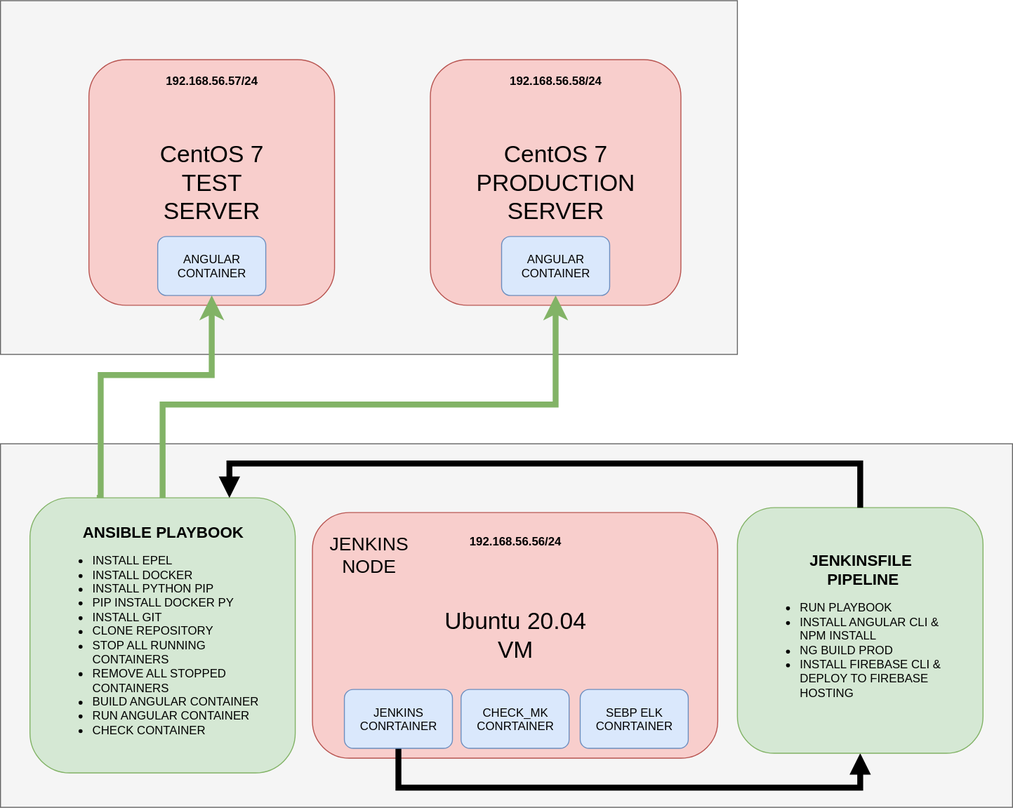
Above: Scheme/Diagram.svg in El-Mohamed/DevOps-MMCRYPTO.ORG (draw.io), before the change. Source tidied: cells renumbered, new cells last; positions are measured from the earlier drawing's top-left corner, leaving out a move shared by most shapes.
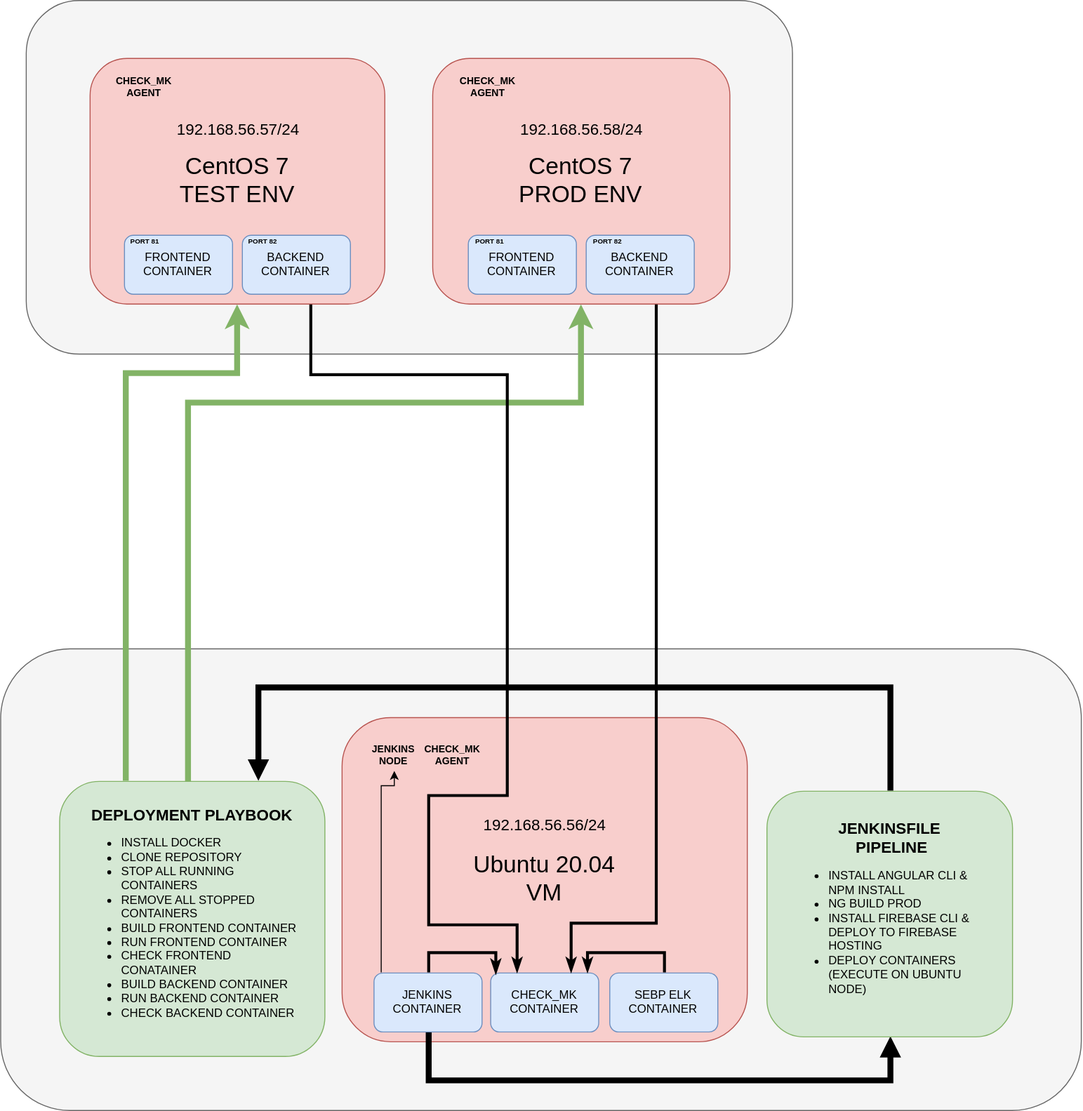
Above is the later version.

Commit message:
Update Diagram & Add Source File

What changed in the source:
```diff
@@ -2,85 +2,160 @@
   <root>
     <mxCell id="0" />
     <mxCell id="1" parent="0" />
-    <mxCell id="2" style="rounded=0;whiteSpace=wrap;html=1;fillColor=#f5f5f5;strokeColor=#666666;fontColor=#333333;" parent="1" vertex="1">
-      <mxGeometry width="750" height="360" as="geometry" />
+    <mxCell id="2" style="rounded=1;whiteSpace=wrap;html=1;fillColor=#f5f5f5;strokeColor=#666666;fontColor=#333333;" parent="1" vertex="1">
+      <mxGeometry y="1" width="780" height="360" as="geometry" />
     </mxCell>
-    <mxCell id="3" style="rounded=0;whiteSpace=wrap;html=1;fillColor=#f5f5f5;strokeColor=#666666;fontColor=#333333;" parent="1" vertex="1">
-      <mxGeometry y="451" width="1030" height="370" as="geometry" />
+    <mxCell id="3" style="rounded=1;whiteSpace=wrap;html=1;fillColor=#f5f5f5;strokeColor=#666666;fontColor=#333333;" parent="1" vertex="1">
+      <mxGeometry x="-26" y="661" width="1100" height="470" as="geometry" />
     </mxCell>
-    <mxCell id="4" value="&lt;font style=&quot;font-size: 24px&quot;&gt;CentOS 7&lt;br&gt;TEST&lt;br&gt;SERVER&lt;/font&gt;" style="rounded=1;whiteSpace=wrap;html=1;fillColor=#f8cecc;strokeColor=#b85450;" parent="1" vertex="1">
-      <mxGeometry x="90" y="60" width="250" height="250" as="geometry" />
+    <mxCell id="4" value="&lt;font style=&quot;font-size: 24px&quot;&gt;CentOS 7&lt;br&gt;TEST ENV&lt;br&gt;&lt;/font&gt;" style="rounded=1;whiteSpace=wrap;html=1;fillColor=#f8cecc;strokeColor=#b85450;" parent="1" vertex="1">
+      <mxGeometry x="65" y="60" width="300" height="250" as="geometry" />
     </mxCell>
-    <mxCell id="5" value="&lt;font style=&quot;font-size: 24px&quot;&gt;CentOS 7&lt;br&gt;PRODUCTION&lt;br&gt;SERVER&lt;/font&gt;" style="rounded=1;whiteSpace=wrap;html=1;fillColor=#f8cecc;strokeColor=#b85450;" parent="1" vertex="1">
-      <mxGeometry x="437.5" y="60" width="255" height="250" as="geometry" />
+    <mxCell id="5" value="&lt;font style=&quot;font-size: 24px&quot;&gt;CentOS 7&lt;br&gt;PROD ENV&lt;br&gt;&lt;/font&gt;" style="rounded=1;whiteSpace=wrap;html=1;fillColor=#f8cecc;strokeColor=#b85450;" parent="1" vertex="1">
+      <mxGeometry x="413.8" y="60" width="302.5" height="250" as="geometry" />
     </mxCell>
     <mxCell id="6" value="&lt;font style=&quot;font-size: 24px&quot;&gt;Ubuntu 20.04&lt;br&gt;VM&lt;br&gt;&lt;/font&gt;" style="rounded=1;whiteSpace=wrap;html=1;fillColor=#f8cecc;strokeColor=#b85450;" parent="1" vertex="1">
-      <mxGeometry x="317.5" y="521" width="412.5" height="250" as="geometry" />
+      <mxGeometry x="321.5" y="731" width="412.5" height="330" as="geometry" />
     </mxCell>
     <mxCell id="7" style="edgeStyle=orthogonalEdgeStyle;rounded=0;jettySize=auto;html=1;entryX=0.5;entryY=1;entryDx=0;entryDy=0;strokeWidth=6;endArrow=block;endFill=1;" parent="1" edge="1" source="8" target="16">
       <mxGeometry relative="1" as="geometry">
         <Array as="points">
-          <mxPoint x="405" y="801" />
-          <mxPoint x="875" y="801" />
+          <mxPoint x="409" y="1101" />
+          <mxPoint x="879" y="1101" />
         </Array>
       </mxGeometry>
     </mxCell>
+    <mxCell id="22" style="edgeStyle=orthogonalEdgeStyle;rounded=0;jettySize=auto;html=1;exitX=0.065;exitY=0.002;exitDx=0;exitDy=0;entryX=0.5;entryY=1;entryDx=0;entryDy=0;fontFamily=Helvetica;fontSize=10;fontColor=#000000;exitPerimeter=0;" parent="1" edge="1" source="8" target="18">
+      <mxGeometry relative="1" as="geometry">
+        <Array as="points">
+          <mxPoint x="361" y="801" />
+          <mxPoint x="374" y="801" />
+        </Array>
+      </mxGeometry>
+    </mxCell>
-    <mxCell id="8" value="JENKINS&lt;br&gt;CONRTAINER" style="rounded=1;whiteSpace=wrap;html=1;fillColor=#dae8fc;strokeColor=#6c8ebf;" parent="1" vertex="1">
-      <mxGeometry x="350" y="701" width="110" height="60" as="geometry" />
+    <mxCell id="8" value="JENKINS&lt;br&gt;CONTAINER" style="rounded=1;whiteSpace=wrap;html=1;fillColor=#dae8fc;strokeColor=#6c8ebf;" parent="1" vertex="1">
+      <mxGeometry x="354" y="991" width="110" height="60" as="geometry" />
     </mxCell>
-    <mxCell id="9" value="CHECK_MK&lt;br&gt;CONRTAINER" style="rounded=1;whiteSpace=wrap;html=1;fillColor=#dae8fc;strokeColor=#6c8ebf;" parent="1" vertex="1">
-      <mxGeometry x="468.8" y="701" width="110" height="60" as="geometry" />
+    <mxCell id="9" value="CHECK_MK&lt;br&gt;CONTAINER" style="rounded=1;whiteSpace=wrap;html=1;fillColor=#dae8fc;strokeColor=#6c8ebf;" parent="1" vertex="1">
+      <mxGeometry x="472.8" y="991" width="110" height="60" as="geometry" />
     </mxCell>
-    <mxCell id="10" value="SEBP ELK&lt;br&gt;CONRTAINER" style="rounded=1;whiteSpace=wrap;html=1;fillColor=#dae8fc;strokeColor=#6c8ebf;" parent="1" vertex="1">
-      <mxGeometry x="590" y="701" width="110" height="60" as="geometry" />
+    <mxCell id="10" value="SEBP ELK&lt;br&gt;CONTAINER" style="rounded=1;whiteSpace=wrap;html=1;fillColor=#dae8fc;strokeColor=#6c8ebf;" parent="1" vertex="1">
+      <mxGeometry x="594" y="991" width="110" height="60" as="geometry" />
     </mxCell>
-    <mxCell id="11" value="ANGULAR&lt;br&gt;CONTAINER" style="rounded=1;whiteSpace=wrap;html=1;fillColor=#dae8fc;strokeColor=#6c8ebf;" parent="1" vertex="1">
-      <mxGeometry x="510" y="240" width="110" height="60" as="geometry" />
+    <mxCell id="11" value="FRONTEND&lt;br&gt;CONTAINER" style="rounded=1;whiteSpace=wrap;html=1;fillColor=#dae8fc;strokeColor=#6c8ebf;" parent="1" vertex="1">
+      <mxGeometry x="450" y="240" width="110" height="60" as="geometry" />
     </mxCell>
-    <mxCell id="12" style="edgeStyle=orthogonalEdgeStyle;rounded=0;jettySize=auto;html=1;entryX=0.5;entryY=1;entryDx=0;entryDy=0;strokeWidth=6;fillColor=#d5e8d4;strokeColor=#82b366;" parent="1" edge="1" source="14" target="11">
+    <mxCell id="12" style="edgeStyle=orthogonalEdgeStyle;rounded=0;jettySize=auto;html=1;strokeWidth=6;fillColor=#d5e8d4;strokeColor=#82b366;" parent="1" edge="1" source="14">
       <mxGeometry relative="1" as="geometry">
+        <mxPoint x="565" y="311" as="targetPoint" />
         <Array as="points">
           <mxPoint x="165" y="411" />
           <mxPoint x="565" y="411" />
         </Array>
       </mxGeometry>
     </mxCell>
-    <mxCell id="13" style="edgeStyle=orthogonalEdgeStyle;rounded=0;jettySize=auto;html=1;exitX=0.25;exitY=0;exitDx=0;exitDy=0;strokeWidth=6;fillColor=#d5e8d4;strokeColor=#82b366;entryX=0.5;entryY=1;entryDx=0;entryDy=0;" parent="1" edge="1" source="14" target="15">
+    <mxCell id="13" style="edgeStyle=orthogonalEdgeStyle;rounded=0;jettySize=auto;html=1;exitX=0.25;exitY=0;exitDx=0;exitDy=0;strokeWidth=6;fillColor=#d5e8d4;strokeColor=#82b366;" parent="1" edge="1" source="14">
       <mxGeometry relative="1" as="geometry">
+        <mxPoint x="215" y="311" as="targetPoint" />
         <Array as="points">
+          <mxPoint x="102" y="576" />
           <mxPoint x="102" y="381" />
           <mxPoint x="215" y="381" />
         </Array>
       </mxGeometry>
     </mxCell>
-    <mxCell id="14" value="&lt;div style=&quot;text-align: center&quot;&gt;&lt;span&gt;&lt;font style=&quot;font-size: 16px&quot;&gt;&lt;b&gt;ANSIBLE PLAYBOOK&lt;/b&gt;&lt;/font&gt;&lt;/span&gt;&lt;/div&gt;&lt;ul&gt;&lt;li&gt;INSTALL EPEL&lt;/li&gt;&lt;li&gt;INSTALL DOCKER&lt;/li&gt;&lt;li&gt;INSTALL PYTHON PIP&lt;/li&gt;&lt;li&gt;PIP INSTALL DOCKER PY&lt;/li&gt;&lt;li&gt;INSTALL GIT&lt;/li&gt;&lt;li&gt;CLONE REPOSITORY&lt;/li&gt;&lt;li&gt;STOP ALL RUNNING CONTAINERS&lt;/li&gt;&lt;li&gt;REMOVE ALL STOPPED CONTAINERS&lt;/li&gt;&lt;li&gt;BUILD ANGULAR CONTAINER&lt;/li&gt;&lt;li&gt;RUN ANGULAR CONTAINER&lt;/li&gt;&lt;li&gt;CHECK CONTAINER&lt;/li&gt;&lt;/ul&gt;" style="text;html=1;strokeColor=#82b366;fillColor=#d5e8d4;align=left;verticalAlign=middle;whiteSpace=wrap;rounded=1;spacing=3;spacingTop=20;spacingBottom=20;spacingLeft=20;spacingRight=20;" parent="1" vertex="1">
-      <mxGeometry x="30" y="506" width="270" height="280" as="geometry" />
+    <mxCell id="14" value="&lt;div style=&quot;text-align: center&quot;&gt;&lt;span&gt;&lt;font style=&quot;font-size: 16px&quot;&gt;&lt;b&gt;DEPLOYMENT PLAYBOOK&lt;/b&gt;&lt;/font&gt;&lt;/span&gt;&lt;/div&gt;&lt;ul&gt;&lt;li&gt;INSTALL DOCKER&lt;/li&gt;&lt;li&gt;CLONE REPOSITORY&lt;/li&gt;&lt;li&gt;STOP ALL RUNNING CONTAINERS&lt;/li&gt;&lt;li&gt;REMOVE ALL STOPPED CONTAINERS&lt;/li&gt;&lt;li&gt;BUILD FRONTEND&amp;nbsp;CONTAINER&lt;/li&gt;&lt;li&gt;RUN FRONTEND CONTAINER&lt;/li&gt;&lt;li&gt;CHECK FRONTEND CONATAINER&lt;/li&gt;&lt;li&gt;BUILD BACKEND CONTAINER&lt;/li&gt;&lt;li&gt;RUN BACKEND CONTAINER&lt;/li&gt;&lt;li&gt;CHECK BACKEND CONTAINER&lt;/li&gt;&lt;/ul&gt;" style="text;html=1;strokeColor=#82b366;fillColor=#d5e8d4;align=left;verticalAlign=middle;whiteSpace=wrap;rounded=1;spacing=3;spacingTop=20;spacingBottom=20;spacingLeft=20;spacingRight=20;" parent="1" vertex="1">
+      <mxGeometry x="34" y="796" width="270" height="280" as="geometry" />
     </mxCell>
-    <mxCell id="15" value="ANGULAR&lt;br&gt;CONTAINER" style="rounded=1;whiteSpace=wrap;html=1;fillColor=#dae8fc;strokeColor=#6c8ebf;" parent="1" vertex="1">
-      <mxGeometry x="160" y="240" width="110" height="60" as="geometry" />
+    <mxCell id="15" value="FRONTEND&lt;br&gt;CONTAINER" style="rounded=1;whiteSpace=wrap;html=1;fillColor=#dae8fc;strokeColor=#6c8ebf;" parent="1" vertex="1">
+      <mxGeometry x="100" y="240" width="110" height="60" as="geometry" />
     </mxCell>
-    <mxCell id="16" value="&lt;div style=&quot;text-align: center&quot;&gt;&lt;span style=&quot;font-size: 16px&quot;&gt;&lt;b&gt;JENKINSFILE&lt;/b&gt;&lt;/span&gt;&lt;/div&gt;&lt;div style=&quot;text-align: center&quot;&gt;&lt;span style=&quot;font-size: 16px&quot;&gt;&lt;b&gt;&amp;nbsp;PIPELINE&lt;/b&gt;&lt;/span&gt;&lt;/div&gt;&lt;ul&gt;&lt;li&gt;RUN PLAYBOOK&lt;/li&gt;&lt;li&gt;INSTALL ANGULAR CLI &amp;amp; NPM INSTALL&lt;/li&gt;&lt;li&gt;NG BUILD PROD&lt;/li&gt;&lt;li&gt;INSTALL FIREBASE CLI &amp;amp; DEPLOY TO FIREBASE HOSTING&lt;/li&gt;&lt;/ul&gt;" style="text;html=1;strokeColor=#82b366;fillColor=#d5e8d4;align=left;verticalAlign=middle;whiteSpace=wrap;rounded=1;spacing=3;spacingTop=20;spacingBottom=20;spacingLeft=20;spacingRight=20;" parent="1" vertex="1">
-      <mxGeometry x="750" y="516" width="250" height="250" as="geometry" />
+    <mxCell id="16" value="&lt;div style=&quot;text-align: center&quot;&gt;&lt;span style=&quot;font-size: 16px&quot;&gt;&lt;b&gt;JENKINSFILE&lt;/b&gt;&lt;/span&gt;&lt;/div&gt;&lt;div style=&quot;text-align: center&quot;&gt;&lt;span style=&quot;font-size: 16px&quot;&gt;&lt;b&gt;&amp;nbsp;PIPELINE&lt;/b&gt;&lt;/span&gt;&lt;/div&gt;&lt;ul&gt;&lt;li&gt;INSTALL ANGULAR CLI &amp;amp; NPM INSTALL&lt;/li&gt;&lt;li&gt;NG BUILD PROD&lt;/li&gt;&lt;li&gt;INSTALL FIREBASE CLI &amp;amp; DEPLOY TO FIREBASE HOSTING&lt;/li&gt;&lt;li&gt;DEPLOY CONTAINERS (EXECUTE ON UBUNTU NODE)&lt;/li&gt;&lt;/ul&gt;" style="text;html=1;strokeColor=#82b366;fillColor=#d5e8d4;align=left;verticalAlign=middle;whiteSpace=wrap;rounded=1;spacing=3;spacingTop=20;spacingBottom=20;spacingLeft=20;spacingRight=20;" parent="1" vertex="1">
+      <mxGeometry x="754" y="806" width="250" height="250" as="geometry" />
     </mxCell>
     <mxCell id="17" style="edgeStyle=orthogonalEdgeStyle;rounded=0;jettySize=auto;html=1;strokeWidth=6;exitX=0.75;exitY=0;exitDx=0;exitDy=0;entryX=0.5;entryY=0;entryDx=0;entryDy=0;startArrow=block;startFill=1;endArrow=none;endFill=0;" parent="1" edge="1" source="14" target="16">
       <mxGeometry relative="1" as="geometry">
         <Array as="points">
-          <mxPoint x="233" y="471" />
-          <mxPoint x="875" y="471" />
+          <mxPoint x="236" y="701" />
+          <mxPoint x="879" y="701" />
         </Array>
       </mxGeometry>
     </mxCell>
-    <mxCell id="18" value="JENKINS&lt;br&gt;NODE" style="text;html=1;strokeColor=none;fillColor=none;align=center;verticalAlign=middle;whiteSpace=wrap;rounded=0;fontSize=19;glass=0;comic=0;" parent="1" vertex="1">
-      <mxGeometry x="335" y="539.7" width="80" height="50" as="geometry" />
+    <mxCell id="18" value="JENKINS&lt;br style=&quot;font-size: 10px;&quot;&gt;NODE" style="text;html=1;align=center;verticalAlign=middle;whiteSpace=wrap;rounded=0;fontSize=10;glass=0;comic=0;fontStyle=1;" parent="1" vertex="1">
+      <mxGeometry x="344" y="751" width="60" height="35" as="geometry" />
     </mxCell>
-    <mxCell id="19" value="192.168.56.57/24" style="text;html=1;strokeColor=none;fillColor=none;align=center;verticalAlign=middle;whiteSpace=wrap;rounded=0;fontStyle=1;fontColor=#000000;labelBorderColor=none;" parent="1" vertex="1">
-      <mxGeometry x="160" y="71" width="110" height="20" as="geometry" />
+    <mxCell id="19" value="&lt;span style=&quot;font-weight: normal&quot;&gt;&lt;font style=&quot;font-size: 16px&quot;&gt;192.168.56.57/24&lt;/font&gt;&lt;/span&gt;" style="text;html=1;strokeColor=none;fillColor=none;align=center;verticalAlign=middle;whiteSpace=wrap;rounded=0;fontStyle=1;fontColor=#000000;labelBorderColor=none;" parent="1" vertex="1">
+      <mxGeometry x="160" y="121" width="110" height="20" as="geometry" />
     </mxCell>
-    <mxCell id="20" value="192.168.56.58/24" style="text;html=1;strokeColor=none;fillColor=none;align=center;verticalAlign=middle;whiteSpace=wrap;rounded=0;fontStyle=1;fontColor=#000000;labelBorderColor=none;" parent="1" vertex="1">
-      <mxGeometry x="510" y="71" width="110" height="20" as="geometry" />
+    <mxCell id="20" value="192.168.56.58/24" style="text;html=1;strokeColor=none;fillColor=none;align=center;verticalAlign=middle;whiteSpace=wrap;rounded=0;fontStyle=0;fontColor=#000000;labelBorderColor=none;fontSize=16;fontFamily=Helvetica;" parent="1" vertex="1">
+      <mxGeometry x="500" y="121" width="130" height="20" as="geometry" />
     </mxCell>
-    <mxCell id="21" value="192.168.56.56/24" style="text;html=1;strokeColor=none;fillColor=none;align=center;verticalAlign=middle;whiteSpace=wrap;rounded=0;fontStyle=1;fontColor=#000000;labelBorderColor=none;" parent="1" vertex="1">
-      <mxGeometry x="468.8" y="539.7" width="110" height="20" as="geometry" />
+    <mxCell id="21" value="192.168.56.56/24" style="text;html=1;strokeColor=none;fillColor=none;align=center;verticalAlign=middle;whiteSpace=wrap;rounded=0;fontStyle=0;fontColor=#000000;labelBorderColor=none;fontSize=16;" parent="1" vertex="1">
+      <mxGeometry x="472.8" y="829.7" width="110" height="20" as="geometry" />
     </mxCell>
+    <mxCell id="23" style="edgeStyle=orthogonalEdgeStyle;rounded=0;jettySize=auto;html=1;strokeWidth=3;endArrow=classicThin;endFill=1;exitX=0.5;exitY=0;exitDx=0;exitDy=0;entryX=0.043;entryY=0.009;entryDx=0;entryDy=0;entryPerimeter=0;" parent="1" edge="1" source="8" target="9">
+      <mxGeometry relative="1" as="geometry">
+        <Array as="points">
+          <mxPoint x="409" y="971" />
+          <mxPoint x="478" y="971" />
+        </Array>
+      </mxGeometry>
+    </mxCell>
+    <mxCell id="24" style="edgeStyle=orthogonalEdgeStyle;rounded=0;jettySize=auto;html=1;strokeWidth=3;endArrow=none;endFill=0;entryX=0.5;entryY=0;entryDx=0;entryDy=0;startArrow=classicThin;startFill=1;" parent="1" edge="1" target="10">
+      <mxGeometry relative="1" as="geometry">
+        <mxPoint x="572" y="991" as="sourcePoint" />
+        <Array as="points">
+          <mxPoint x="572" y="971" />
+          <mxPoint x="649" y="971" />
+        </Array>
+      </mxGeometry>
+    </mxCell>
+    <mxCell id="25" value="BACKEND&lt;br&gt;CONTAINER" style="rounded=1;whiteSpace=wrap;html=1;fillColor=#dae8fc;strokeColor=#6c8ebf;" parent="1" vertex="1">
+      <mxGeometry x="220" y="240" width="110" height="60" as="geometry" />
+    </mxCell>
+    <mxCell id="26" value="BACKEND&lt;br&gt;CONTAINER" style="rounded=1;whiteSpace=wrap;html=1;fillColor=#dae8fc;strokeColor=#6c8ebf;" parent="1" vertex="1">
+      <mxGeometry x="570" y="240" width="110" height="60" as="geometry" />
+    </mxCell>
+    <mxCell id="27" value="CHECK_MK AGENT" style="text;html=1;align=center;verticalAlign=middle;whiteSpace=wrap;rounded=0;fontSize=10;glass=0;comic=0;fontStyle=1;" parent="1" vertex="1">
+      <mxGeometry x="404" y="751" width="60" height="35" as="geometry" />
+    </mxCell>
+    <mxCell id="28" value="CHECK_MK AGENT" style="text;html=1;align=center;verticalAlign=middle;whiteSpace=wrap;rounded=0;fontSize=10;glass=0;comic=0;fontStyle=1;" parent="1" vertex="1">
+      <mxGeometry x="90" y="71" width="60" height="35" as="geometry" />
+    </mxCell>
+    <mxCell id="29" value="CHECK_MK AGENT" style="text;html=1;align=center;verticalAlign=middle;whiteSpace=wrap;rounded=0;fontSize=10;glass=0;comic=0;fontStyle=1;" parent="1" vertex="1">
+      <mxGeometry x="440" y="71" width="60" height="35" as="geometry" />
+    </mxCell>
+    <mxCell id="30" value="PORT 81" style="text;html=1;strokeColor=none;fillColor=none;align=center;verticalAlign=middle;whiteSpace=wrap;rounded=0;fontSize=7;fontStyle=1;" parent="1" vertex="1">
+      <mxGeometry x="100" y="240" width="40" height="11" as="geometry" />
+    </mxCell>
+    <mxCell id="31" value="PORT 82" style="text;html=1;strokeColor=none;fillColor=none;align=center;verticalAlign=middle;whiteSpace=wrap;rounded=0;fontSize=7;fontStyle=1;" parent="1" vertex="1">
+      <mxGeometry x="220" y="240" width="40" height="11" as="geometry" />
+    </mxCell>
+    <mxCell id="32" value="PORT 81" style="text;html=1;strokeColor=none;fillColor=none;align=center;verticalAlign=middle;whiteSpace=wrap;rounded=0;fontSize=7;fontStyle=1;" parent="1" vertex="1">
+      <mxGeometry x="451.1" y="240" width="40" height="11" as="geometry" />
+    </mxCell>
+    <mxCell id="33" value="PORT 82" style="text;html=1;strokeColor=none;fillColor=none;align=center;verticalAlign=middle;whiteSpace=wrap;rounded=0;fontSize=7;fontStyle=1;" parent="1" vertex="1">
+      <mxGeometry x="571.1" y="240" width="40" height="11" as="geometry" />
+    </mxCell>
+    <mxCell id="34" style="edgeStyle=orthogonalEdgeStyle;rounded=0;jettySize=auto;html=1;strokeWidth=3;fillColor=#d5e8d4;strokeColor=#000000;entryX=0.75;entryY=1;entryDx=0;entryDy=0;exitX=0.75;exitY=0;exitDx=0;exitDy=0;startArrow=classicThin;startFill=1;endArrow=none;endFill=0;" parent="1" edge="1" source="9" target="5">
+      <mxGeometry relative="1" as="geometry">
+        <Array as="points">
+          <mxPoint x="555" y="941" />
+          <mxPoint x="641" y="941" />
+        </Array>
+      </mxGeometry>
+    </mxCell>
+    <mxCell id="35" style="edgeStyle=orthogonalEdgeStyle;rounded=0;jettySize=auto;html=1;strokeWidth=3;fillColor=#d5e8d4;strokeColor=#000000;entryX=0.75;entryY=1;entryDx=0;entryDy=0;exitX=0.25;exitY=0;exitDx=0;exitDy=0;startArrow=classicThin;startFill=1;endArrow=none;endFill=0;" parent="1" edge="1" source="9" target="4">
+      <mxGeometry relative="1" as="geometry">
+        <Array as="points">
+          <mxPoint x="500" y="942" />
+          <mxPoint x="410" y="942" />
+          <mxPoint x="410" y="811" />
+          <mxPoint x="490" y="811" />
+          <mxPoint x="490" y="382" />
+          <mxPoint x="290" y="382" />
+        </Array>
+      </mxGeometry>
+    </mxCell>
   </root>
 </mxGraphModel>
```
